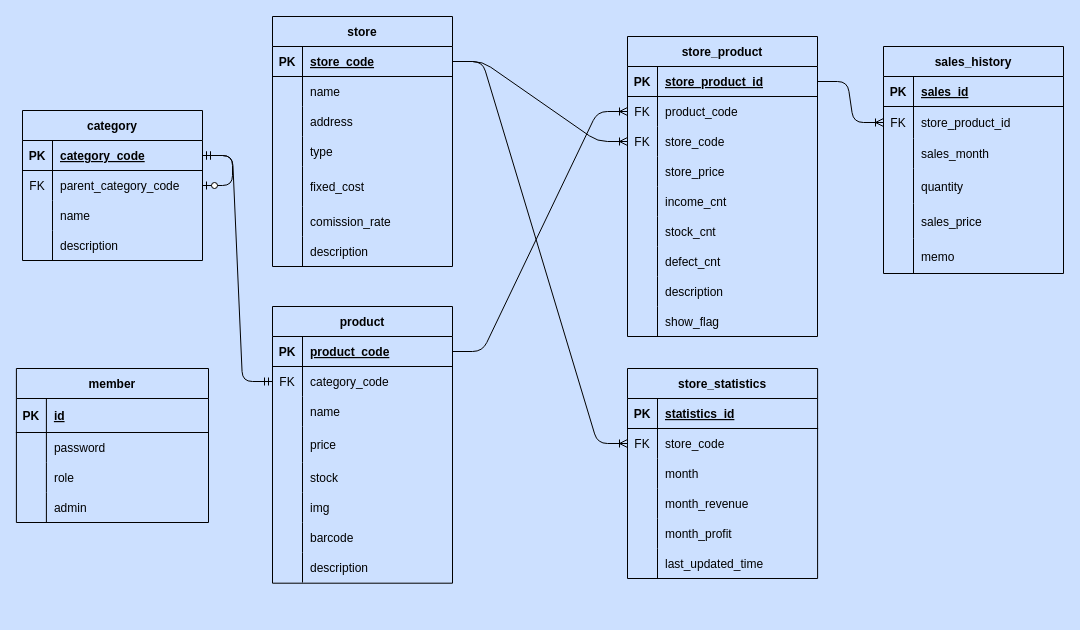
Above: database/ERD.drawio in JoshRyu/logistics (draw.io), before the change. Source tidied: cells renumbered, new cells numbered last; positions are measured from the earlier drawing's top-left corner, leaving out a move shared by most shapes. Both pictures are drawn from the tidied source at 100%, with x=0, y=0 at pixel (16, 16).
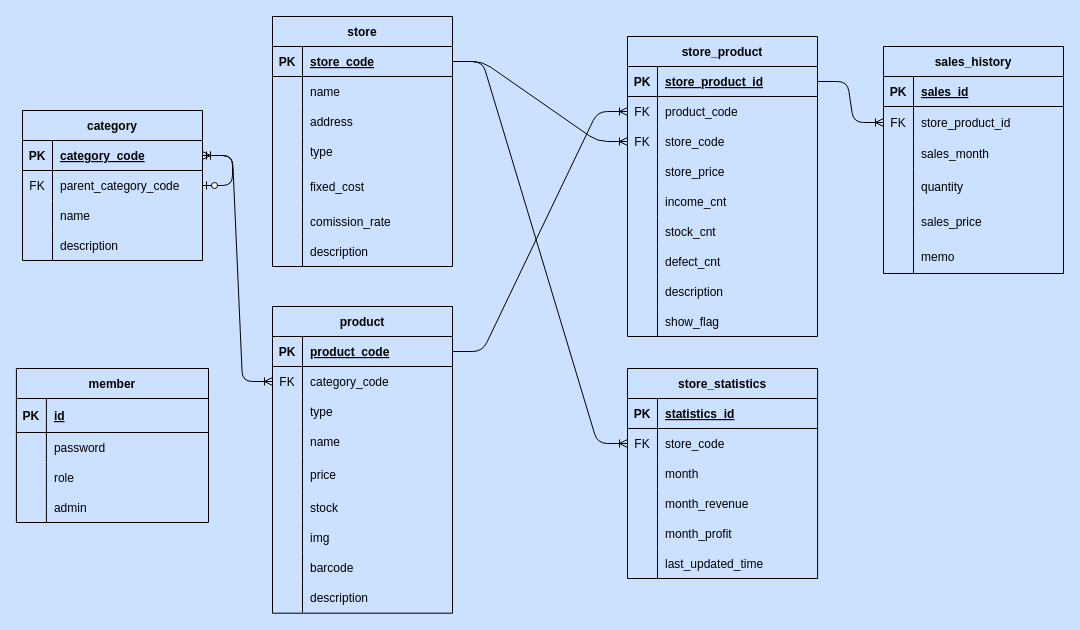
Above is the later version.

The change refers to these unchanged cells:
```xml
<mxCell id="6" style="shape=tableRow;horizontal=0;startSize=0;swimlaneHead=0;swimlaneBody=0;points=[[0,0.5],[1,0.5]];portConstraint=eastwest;top=0;left=0;right=0;bottom=0;fillColor=none;labelBackgroundColor=none;fontColor=#000000;strokeColor=#000000;" parent="2" vertex="1">
  <mxGeometry y="60" width="180" height="30" as="geometry" />
</mxCell>
<mxCell id="27" value="category" style="shape=table;startSize=30;childLayout=tableLayout;rowLines=0;fontStyle=1;align=center;fillColor=none;labelBackgroundColor=none;fontColor=#000000;strokeColor=#000000;" parent="1" vertex="1">
  <mxGeometry x="6" y="94" width="180" height="150" as="geometry" />
</mxCell>
<mxCell id="28" style="shape=tableRow;horizontal=0;startSize=0;swimlaneHead=0;swimlaneBody=0;points=[[0,0.5],[1,0.5]];portConstraint=eastwest;top=0;left=0;right=0;bottom=1;fillColor=none;labelBackgroundColor=none;fontColor=#000000;strokeColor=#000000;" parent="27" vertex="1">
  <mxGeometry y="30" width="180" height="30" as="geometry" />
</mxCell>
<mxCell id="31" style="shape=tableRow;horizontal=0;startSize=0;swimlaneHead=0;swimlaneBody=0;points=[[0,0.5],[1,0.5]];portConstraint=eastwest;top=0;left=0;right=0;bottom=0;fillColor=none;labelBackgroundColor=none;fontColor=#000000;strokeColor=#000000;" parent="27" vertex="1">
  <mxGeometry y="60" width="180" height="30" as="geometry" />
</mxCell>
```

The edit, as a diff of the source:
```diff
@@
     <mxCell id="2" value="product" style="shape=table;startSize=30;childLayout=tableLayout;rowLines=0;fontStyle=1;align=center;fillColor=none;labelBackgroundColor=none;fontColor=#000000;strokeColor=#000000;" parent="1" vertex="1">
-      <mxGeometry x="256" y="290" width="180" height="276.7" as="geometry" />
+      <mxGeometry x="256" y="290" width="180" height="306.7" as="geometry" />
     </mxCell>
@@
+    <mxCell id="147" style="shape=tableRow;horizontal=0;startSize=0;swimlaneHead=0;swimlaneBody=0;top=0;left=0;right=0;bottom=0;fillColor=none;labelBackgroundColor=none;fontColor=#000000;strokeColor=#000000;" parent="2" vertex="1">
+      <mxGeometry y="90" width="180" height="30" as="geometry" />
+    </mxCell>
+    <mxCell id="148" style="shape=partialRectangle;top=0;left=0;bottom=0;right=0;overflow=hidden;fillColor=none;labelBackgroundColor=none;fontColor=#000000;strokeColor=#000000;" parent="147" vertex="1">
+      <mxGeometry width="30" height="30" as="geometry" />
+    </mxCell>
+    <mxCell id="149" value="type" style="shape=partialRectangle;top=0;left=0;bottom=0;right=0;align=left;spacingLeft=6;overflow=hidden;fillColor=none;labelBackgroundColor=none;fontColor=#000000;strokeColor=#000000;" parent="147" vertex="1">
+      <mxGeometry x="30" width="150" height="30" as="geometry" />
+    </mxCell>
     <mxCell id="9" style="shape=tableRow;horizontal=0;startSize=0;swimlaneHead=0;swimlaneBody=0;top=0;left=0;right=0;bottom=0;fillColor=none;labelBackgroundColor=none;fontColor=#000000;strokeColor=#000000;" parent="2" vertex="1">
-      <mxGeometry y="90" width="180" height="30" as="geometry" />
+      <mxGeometry y="120" width="180" height="30" as="geometry" />
     </mxCell>
@@
     <mxCell id="12" style="shape=tableRow;horizontal=0;startSize=0;swimlaneHead=0;swimlaneBody=0;top=0;left=0;right=0;bottom=0;fillColor=none;labelBackgroundColor=none;fontColor=#000000;strokeColor=#000000;" parent="2" vertex="1">
-      <mxGeometry y="120" width="180" height="36" as="geometry" />
+      <mxGeometry y="150" width="180" height="36" as="geometry" />
     </mxCell>
@@
     <mxCell id="15" style="shape=tableRow;horizontal=0;startSize=0;swimlaneHead=0;swimlaneBody=0;top=0;left=0;right=0;bottom=0;fillColor=none;labelBackgroundColor=none;fontColor=#000000;strokeColor=#000000;" parent="2" vertex="1">
-      <mxGeometry y="156" width="180" height="30" as="geometry" />
+      <mxGeometry y="186" width="180" height="30" as="geometry" />
     </mxCell>
@@
     <mxCell id="18" style="shape=tableRow;horizontal=0;startSize=0;swimlaneHead=0;swimlaneBody=0;top=0;left=0;right=0;bottom=0;fillColor=none;labelBackgroundColor=none;fontColor=#000000;strokeColor=#000000;" parent="2" vertex="1">
-      <mxGeometry y="186" width="180" height="30" as="geometry" />
+      <mxGeometry y="216" width="180" height="30" as="geometry" />
     </mxCell>
@@
     <mxCell id="21" style="shape=tableRow;horizontal=0;startSize=0;swimlaneHead=0;swimlaneBody=0;top=0;left=0;right=0;bottom=0;fillColor=none;labelBackgroundColor=none;fontColor=#000000;strokeColor=#000000;" parent="2" vertex="1">
-      <mxGeometry y="216" width="180" height="30" as="geometry" />
+      <mxGeometry y="246" width="180" height="30" as="geometry" />
     </mxCell>
@@
     <mxCell id="24" style="shape=tableRow;horizontal=0;startSize=0;swimlaneHead=0;swimlaneBody=0;top=0;left=0;right=0;bottom=0;fillColor=none;labelBackgroundColor=none;fontColor=#000000;strokeColor=#000000;" parent="2" vertex="1">
-      <mxGeometry y="246" width="180" height="30" as="geometry" />
+      <mxGeometry y="276" width="180" height="30" as="geometry" />
     </mxCell>
@@
-    <mxCell id="40" style="edgeStyle=entityRelationEdgeStyle;fontSize=12;html=1;endArrow=ERzeroToOne;startArrow=ERmandOne;fillColor=none;fontColor=#000000;labelBackgroundColor=none;strokeColor=#000000;" parent="27" edge="1" source="28" target="31">
-      <mxGeometry relative="1" as="geometry" />
-    </mxCell>
+    <mxCell id="150" style="edgeStyle=entityRelationEdgeStyle;fontSize=12;html=1;endArrow=ERoneToMany;startArrow=ERzeroToOne;strokeColor=#000000;" parent="27" edge="1" source="31" target="28">
+      <mxGeometry relative="1" as="geometry" />
+    </mxCell>
@@
-    <mxCell id="112" style="edgeStyle=entityRelationEdgeStyle;fontSize=12;html=1;endArrow=ERmandOne;startArrow=ERmandOne;fillColor=none;fontColor=#000000;labelBackgroundColor=none;strokeColor=#000000;" parent="1" edge="1" source="6" target="28">
-      <mxGeometry relative="1" as="geometry" />
-    </mxCell>
@@
+    <mxCell id="151" style="edgeStyle=entityRelationEdgeStyle;fontSize=12;html=1;endArrow=ERoneToMany;startArrow=ERmandOne;strokeColor=#000000;" parent="1" edge="1" source="28" target="6">
+      <mxGeometry relative="1" as="geometry" />
+    </mxCell>
```
